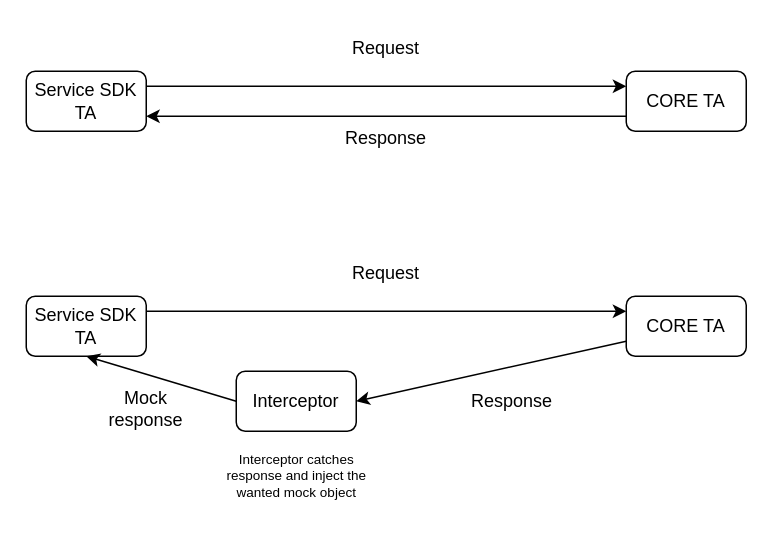
cjour/audit_logistics keeps this draw.io diagram as WLMock.drawio. Above is the earlier version. Source tidied: cells renumbered, new cells numbered last; positions are measured from the earlier drawing's top-left corner, leaving out a move shared by most shapes. Both pictures are drawn from the tidied source at 150%, with x=0, y=0 at pixel (26, 26).
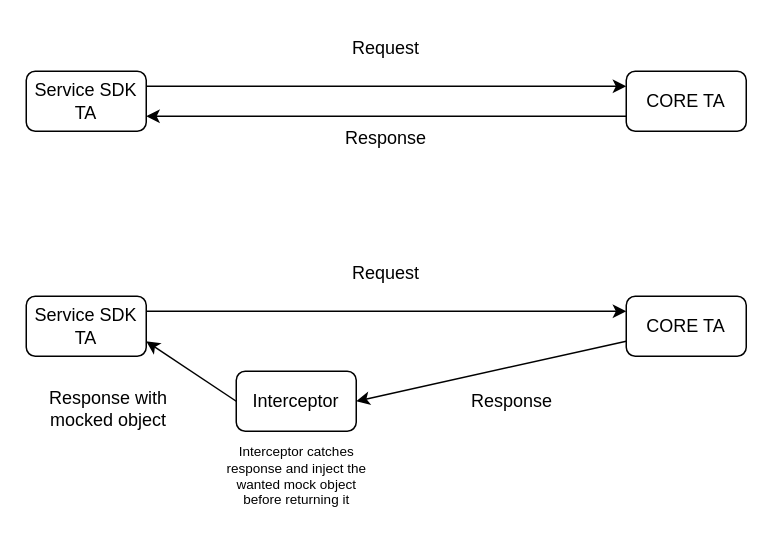
The same diagram, later.

Commit message (it also covers changes not shown here):
Mettre à jour WLMock.drawio

Diff of the diagram source:
```diff
@@
 <mxGraphModel>
   <root>
     <mxCell id="0" />
     <mxCell id="1" parent="0" />
     <mxCell id="2" value="Service SDK TA" style="rounded=1;whiteSpace=wrap;html=1;" parent="1" vertex="1">
       <mxGeometry y="30" width="80" height="40" as="geometry" />
     </mxCell>
     <mxCell id="3" value="CORE TA" style="rounded=1;whiteSpace=wrap;html=1;" parent="1" vertex="1">
       <mxGeometry x="400" y="30" width="80" height="40" as="geometry" />
     </mxCell>
     <mxCell id="4" style="endArrow=classic;html=1;rounded=0;entryX=0;entryY=0.25;entryDx=0;entryDy=0;exitX=1;exitY=0.25;exitDx=0;exitDy=0;" parent="1" edge="1" source="2" target="3">
       <mxGeometry relative="1" as="geometry" />
     </mxCell>
     <mxCell id="5" style="endArrow=classic;html=1;rounded=0;entryX=1;entryY=0.75;entryDx=0;entryDy=0;exitX=0;exitY=0.75;exitDx=0;exitDy=0;" parent="1" edge="1" source="3" target="2">
       <mxGeometry relative="1" as="geometry" />
     </mxCell>
     <mxCell id="6" value="Request" style="text;html=1;strokeColor=none;fillColor=none;align=center;verticalAlign=middle;whiteSpace=wrap;rounded=0;" parent="1" vertex="1">
       <mxGeometry x="210" width="60" height="30" as="geometry" />
     </mxCell>
     <mxCell id="7" value="Response" style="text;html=1;strokeColor=none;fillColor=none;align=center;verticalAlign=middle;whiteSpace=wrap;rounded=0;" parent="1" vertex="1">
       <mxGeometry x="210" y="60" width="60" height="30" as="geometry" />
     </mxCell>
     <mxCell id="8" value="Service SDK TA" style="rounded=1;whiteSpace=wrap;html=1;" parent="1" vertex="1">
       <mxGeometry y="180" width="80" height="40" as="geometry" />
     </mxCell>
     <mxCell id="9" value="CORE TA" style="rounded=1;whiteSpace=wrap;html=1;" parent="1" vertex="1">
       <mxGeometry x="400" y="180" width="80" height="40" as="geometry" />
     </mxCell>
     <mxCell id="10" style="endArrow=classic;html=1;rounded=0;entryX=0;entryY=0.25;entryDx=0;entryDy=0;exitX=1;exitY=0.25;exitDx=0;exitDy=0;" parent="1" edge="1" source="8" target="9">
       <mxGeometry relative="1" as="geometry" />
     </mxCell>
     <mxCell id="11" style="endArrow=classic;html=1;rounded=0;entryX=1;entryY=0.5;entryDx=0;entryDy=0;exitX=0;exitY=0.75;exitDx=0;exitDy=0;" parent="1" edge="1" source="9" target="14">
       <mxGeometry relative="1" as="geometry" />
     </mxCell>
     <mxCell id="12" value="Request" style="text;html=1;strokeColor=none;fillColor=none;align=center;verticalAlign=middle;whiteSpace=wrap;rounded=0;" parent="1" vertex="1">
       <mxGeometry x="210" y="150" width="60" height="30" as="geometry" />
     </mxCell>
     <mxCell id="13" value="Response" style="text;html=1;strokeColor=none;fillColor=none;align=center;verticalAlign=middle;whiteSpace=wrap;rounded=0;" parent="1" vertex="1">
       <mxGeometry x="294" y="235" width="60" height="30" as="geometry" />
     </mxCell>
     <mxCell id="14" value="Interceptor" style="rounded=1;whiteSpace=wrap;html=1;" parent="1" vertex="1">
       <mxGeometry x="140" y="230" width="80" height="40" as="geometry" />
     </mxCell>
-    <mxCell id="15" value="&lt;font style=&quot;font-size: 9px;&quot;&gt;Interceptor catches response and inject the wanted mock object&lt;/font&gt;" style="text;html=1;strokeColor=none;fillColor=none;align=center;verticalAlign=middle;whiteSpace=wrap;rounded=0;fontSize=4;strokeWidth=5;" parent="1" vertex="1">
+    <mxCell id="15" value="&lt;font style=&quot;font-size: 9px;&quot;&gt;Interceptor catches response and inject the wanted mock object before returning it&lt;/font&gt;" style="text;html=1;strokeColor=none;fillColor=none;align=center;verticalAlign=middle;whiteSpace=wrap;rounded=0;fontSize=4;strokeWidth=5;" parent="1" vertex="1">
       <mxGeometry x="127.5" y="280" width="105" height="40" as="geometry" />
     </mxCell>
-    <mxCell id="16" style="endArrow=classic;html=1;rounded=0;entryX=0.5;entryY=1;entryDx=0;entryDy=0;exitX=0;exitY=0.5;exitDx=0;exitDy=0;" parent="1" edge="1" source="14" target="8">
+    <mxCell id="16" style="endArrow=classic;html=1;rounded=0;entryX=1;entryY=0.75;entryDx=0;entryDy=0;exitX=0;exitY=0.5;exitDx=0;exitDy=0;" parent="1" edge="1" source="14" target="8">
       <mxGeometry relative="1" as="geometry" />
     </mxCell>
-    <mxCell id="17" value="Mock response" style="text;html=1;strokeColor=none;fillColor=none;align=center;verticalAlign=middle;whiteSpace=wrap;rounded=0;" parent="1" vertex="1">
-      <mxGeometry x="50" y="240" width="60" height="30" as="geometry" />
+    <mxCell id="17" value="Response with mocked object" style="text;html=1;strokeColor=none;fillColor=none;align=center;verticalAlign=middle;whiteSpace=wrap;rounded=0;" parent="1" vertex="1">
+      <mxGeometry y="240" width="110" height="30" as="geometry" />
     </mxCell>
   </root>
 </mxGraphModel>
```
